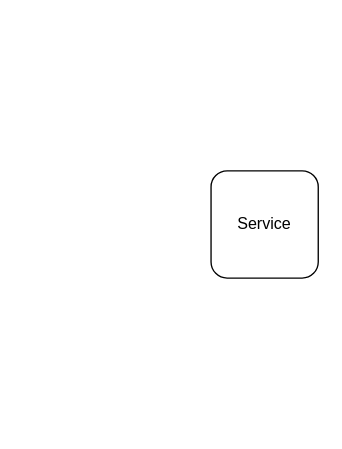
Above: Untitled Diagram.drawio in beeplaced/beeplaced (draw.io), before the change. Source tidied: cells renumbered, new cells numbered last; positions are measured from the earlier drawing's top-left corner, leaving out a move shared by most shapes. Both pictures are drawn from the tidied source at 134%, with x=0, y=0 at pixel (210, 170).
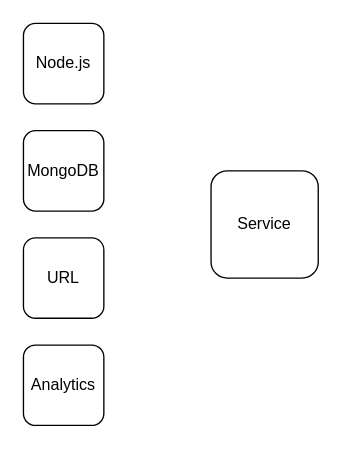
After the change.

Diff of the diagram source:
```diff
@@
 <mxGraphModel>
   <root>
     <mxCell id="0" />
     <mxCell id="1" parent="0" />
     <mxCell id="2" value="Service" style="whiteSpace=wrap;html=1;rounded=1;" parent="1" vertex="1">
       <mxGeometry width="80" height="80" as="geometry" />
     </mxCell>
+    <mxCell id="3" value="Node.js" style="whiteSpace=wrap;html=1;rounded=1;" parent="1" vertex="1">
+      <mxGeometry x="-140" y="-110" width="60" height="60" as="geometry" />
+    </mxCell>
+    <mxCell id="4" value="MongoDB" style="whiteSpace=wrap;html=1;rounded=1;" parent="1" vertex="1">
+      <mxGeometry x="-140" y="-30" width="60" height="60" as="geometry" />
+    </mxCell>
+    <mxCell id="5" value="URL" style="whiteSpace=wrap;html=1;rounded=1;" parent="1" vertex="1">
+      <mxGeometry x="-140" y="50" width="60" height="60" as="geometry" />
+    </mxCell>
+    <mxCell id="6" value="Analytics" style="whiteSpace=wrap;html=1;rounded=1;" parent="1" vertex="1">
+      <mxGeometry x="-140" y="130" width="60" height="60" as="geometry" />
+    </mxCell>
   </root>
 </mxGraphModel>
```
